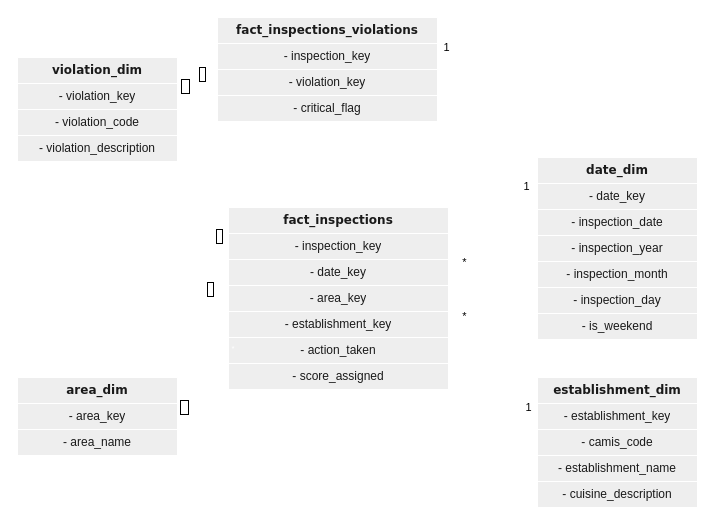
Before: 03_data_model/star_scheme_sql.drawio in franchir1/nyc_restaurant_inspections_sql, a draw.io diagram. Source tidied: cells renumbered, new cells numbered last; positions are measured from the earlier drawing's top-left corner, leaving out a move shared by most shapes. Both pictures are drawn from the tidied source at 100%, with x=0, y=0 at pixel (17, 17).
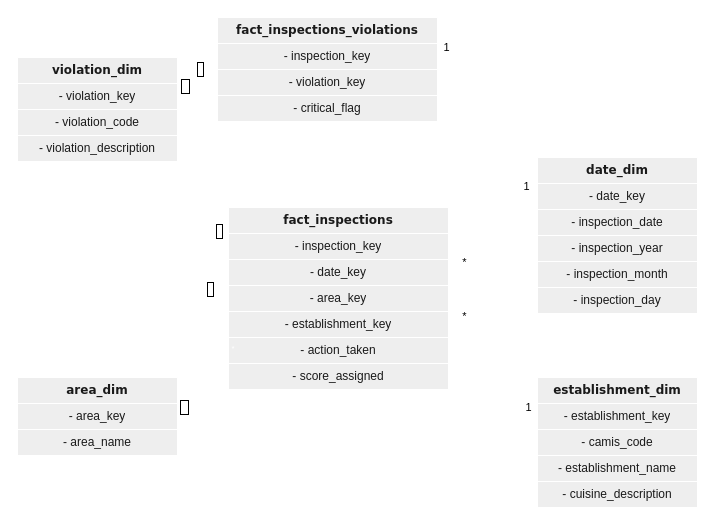
After the change.

The change refers to these unchanged cells:
```xml
<mxCell id="42" style="edgeStyle=orthogonalEdgeStyle;rounded=0;jettySize=auto;html=1;entryX=0;entryY=0.5;entryDx=0;entryDy=0;strokeColor=light-dark(transparent, #ffffff);fontColor=light-dark(#FFFFFF, #ffffff);textShadow=0;labelBackgroundColor=light-dark(#FFFFFF,#000000);strokeWidth=2;labelBorderColor=light-dark(#000000,#000000);" parent="1" edge="1" source="30" target="26">
  <mxGeometry relative="1" as="geometry" />
</mxCell>
<mxCell id="45" style="edgeStyle=orthogonalEdgeStyle;rounded=0;jettySize=auto;html=1;entryX=0;entryY=0.5;entryDx=0;entryDy=0;strokeColor=light-dark(transparent, #ffffff);strokeWidth=2;" parent="1" edge="1" source="25" target="10">
  <mxGeometry relative="1" as="geometry" />
</mxCell>
```

Change to the diagram source:
```diff
@@
     <mxCell id="2" value="date_dim" style="swimlane;html=1;fontStyle=1;align=center;verticalAlign=middle;horizontal=1;startSize=26;swimlaneFillColor=#ffffff;rounded=0;shadow=0;comic=0;labelBackgroundColor=none;strokeWidth=1;fontFamily=Verdana;fontSize=12;whiteSpace=wrap;fillColor=#EEEEEE;strokeColor=#FFFFFF;fontColor=#1A1A1A;" parent="1" vertex="1">
-      <mxGeometry x="520" y="140" width="160" height="182" as="geometry" />
+      <mxGeometry x="520" y="140" width="160" height="160" as="geometry" />
     </mxCell>
@@
-    <mxCell id="8" value="- is_weekend" style="text;html=1;align=center;verticalAlign=middle;spacingLeft=4;spacingRight=4;whiteSpace=wrap;overflow=hidden;labelBackgroundColor=none;imageHeight=24;imageWidth=24;fillColor=#EEEEEE;strokeColor=#FFFFFF;fontColor=#1A1A1A;" parent="2" vertex="1">
-      <mxGeometry y="156" width="160" height="26" as="geometry" />
-    </mxCell>
@@
     <mxCell id="43" value="*" style="edgeLabel;html=1;align=center;verticalAlign=middle;strokeColor=light-dark(#000000,#000000);fontColor=light-dark(#FFFFFF, #ffffff);textShadow=0;labelBackgroundColor=light-dark(#FFFFFF,#000000);labelBorderColor=light-dark(#000000,#000000);" parent="42" vertex="1">
       <mxGeometry x="0.37" y="2" relative="1" as="geometry">
-        <mxPoint x="1" y="-7" as="offset" />
+        <mxPoint x="-1" y="-12" as="offset" />
       </mxGeometry>
     </mxCell>
@@
     <mxCell id="46" value="*" style="edgeLabel;html=1;align=center;verticalAlign=middle;strokeColor=light-dark(#000000,#000000);fontColor=light-dark(#FFFFFF, #ffffff);textShadow=0;labelBackgroundColor=light-dark(#FFFFFF,#000000);labelBorderColor=light-dark(#000000,#000000);" parent="45" vertex="1">
       <mxGeometry x="0.95" y="-3" relative="1" as="geometry">
-        <mxPoint x="2" y="-14" as="offset" />
+        <mxPoint x="2" y="-19" as="offset" />
       </mxGeometry>
     </mxCell>
```
